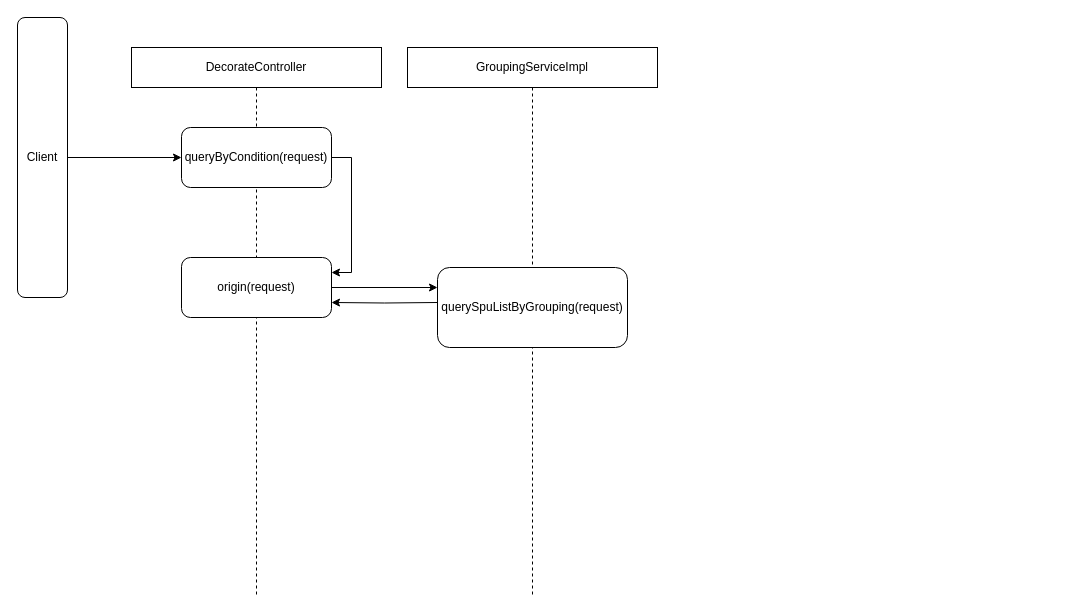
Earlier version of the draw.io diagram api/v1/sams/goods-lite-portal/decoration/queryByCondition.drawio (xiehaixin/diagram-images). Source tidied: cells renumbered, new cells numbered last; positions are measured from the earlier drawing's top-left corner, leaving out a move shared by most shapes. Both pictures are drawn from the tidied source at 100%, with x=0, y=0 at pixel (17, 17).
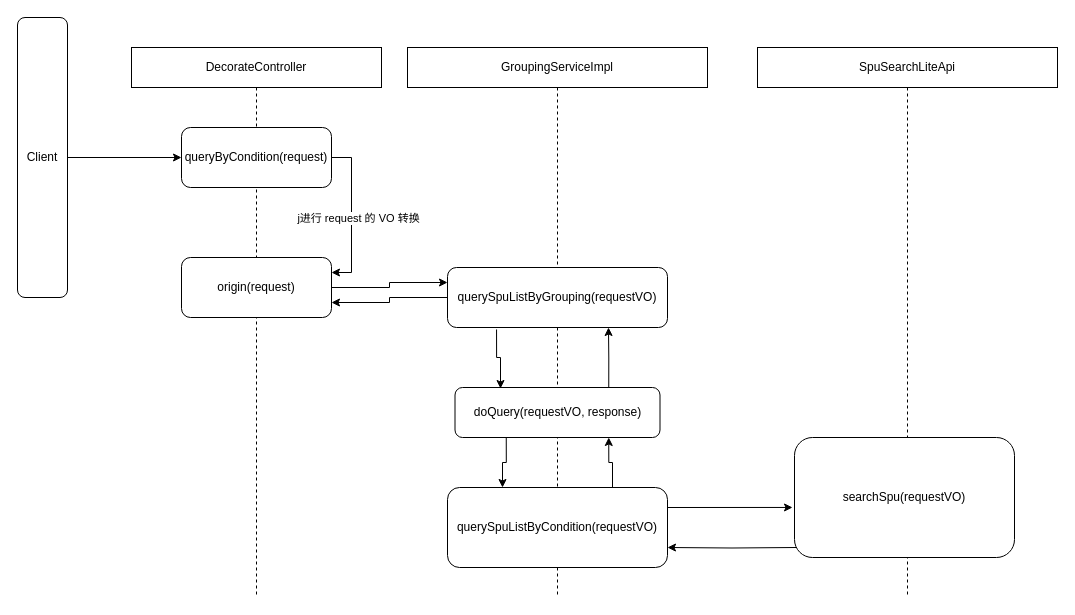
After the change.

Commit message (it also covers changes not shown here):
更新api/v1/sams/goods-lite-portal/decoration/queryByCondition.drawio

The change refers to these unchanged cells:
```xml
<mxCell id="3" style="edgeStyle=orthogonalEdgeStyle;rounded=0;jettySize=auto;html=1;exitX=1;exitY=0.5;exitDx=0;exitDy=0;entryX=1;entryY=0.25;entryDx=0;entryDy=0;" parent="2" edge="1" source="4" target="5">
  <mxGeometry relative="1" as="geometry" />
</mxCell>
<mxCell id="5" value="origin(request)" style="rounded=1;whiteSpace=wrap;html=1;" parent="2" vertex="1">
  <mxGeometry x="50" y="210" width="150" height="60" as="geometry" />
</mxCell>
```

What changed in the source:
```diff
@@
+    <mxCell id="12" value="j进行 request 的 VO 转换" style="edgeLabel;html=1;align=center;verticalAlign=middle;" parent="3" vertex="1">
+      <mxGeometry x="0.3" y="3" relative="1" as="geometry">
+        <mxPoint x="3" y="-21" as="offset" />
+      </mxGeometry>
+    </mxCell>
@@
     <mxCell id="8" value="GroupingServiceImpl" style="shape=umlLifeline;perimeter=lifelinePerimeter;whiteSpace=wrap;html=1;" parent="1" vertex="1">
-      <mxGeometry x="390" y="30" width="250" height="550" as="geometry" />
+      <mxGeometry x="390" y="30" width="300" height="550" as="geometry" />
     </mxCell>
+    <mxCell id="13" style="edgeStyle=orthogonalEdgeStyle;rounded=0;jettySize=auto;html=1;exitX=0.223;exitY=1.033;exitDx=0;exitDy=0;entryX=0.222;entryY=0.02;entryDx=0;entryDy=0;entryPerimeter=0;exitPerimeter=0;" parent="8" edge="1" source="9" target="16">
+      <mxGeometry relative="1" as="geometry" />
+    </mxCell>
-    <mxCell id="9" value="querySpuListByGrouping(request)" style="rounded=1;whiteSpace=wrap;html=1;" parent="8" vertex="1">
-      <mxGeometry x="30" y="220" width="190" height="80" as="geometry" />
+    <mxCell id="9" value="querySpuListByGrouping(requestVO)" style="rounded=1;whiteSpace=wrap;html=1;" parent="8" vertex="1">
+      <mxGeometry x="40" y="220" width="220" height="60" as="geometry" />
     </mxCell>
+    <mxCell id="14" style="edgeStyle=orthogonalEdgeStyle;rounded=0;jettySize=auto;html=1;exitX=0.75;exitY=0;exitDx=0;exitDy=0;" parent="8" edge="1" source="16">
+      <mxGeometry relative="1" as="geometry">
+        <mxPoint x="201" y="280" as="targetPoint" />
+      </mxGeometry>
+    </mxCell>
+    <mxCell id="15" style="edgeStyle=orthogonalEdgeStyle;rounded=0;jettySize=auto;html=1;exitX=0.25;exitY=1;exitDx=0;exitDy=0;entryX=0.25;entryY=0;entryDx=0;entryDy=0;" parent="8" edge="1" source="16" target="18">
+      <mxGeometry relative="1" as="geometry" />
+    </mxCell>
+    <mxCell id="16" value="doQuery(requestVO, response)" style="rounded=1;whiteSpace=wrap;html=1;" parent="8" vertex="1">
+      <mxGeometry x="47.5" y="340" width="205" height="50" as="geometry" />
+    </mxCell>
+    <mxCell id="17" style="edgeStyle=orthogonalEdgeStyle;rounded=0;jettySize=auto;html=1;exitX=0.75;exitY=0;exitDx=0;exitDy=0;entryX=0.75;entryY=1;entryDx=0;entryDy=0;" parent="8" edge="1" source="18" target="16">
+      <mxGeometry relative="1" as="geometry" />
+    </mxCell>
+    <mxCell id="18" value="querySpuListByCondition(requestVO)" style="rounded=1;whiteSpace=wrap;html=1;" parent="8" vertex="1">
+      <mxGeometry x="40" y="440" width="220" height="80" as="geometry" />
+    </mxCell>
@@
-    <mxCell id="11" style="edgeStyle=orthogonalEdgeStyle;rounded=0;jettySize=auto;html=1;entryX=1;entryY=0.75;entryDx=0;entryDy=0;" parent="1" edge="1" target="5">
-      <mxGeometry relative="1" as="geometry">
-        <mxPoint x="420" y="285" as="sourcePoint" />
-      </mxGeometry>
+    <mxCell id="11" style="edgeStyle=orthogonalEdgeStyle;rounded=0;jettySize=auto;html=1;entryX=1;entryY=0.75;entryDx=0;entryDy=0;exitX=0;exitY=0.5;exitDx=0;exitDy=0;" parent="1" edge="1" source="9" target="5">
+      <mxGeometry relative="1" as="geometry" />
     </mxCell>
+    <mxCell id="19" value="SpuSearchLiteApi" style="shape=umlLifeline;perimeter=lifelinePerimeter;whiteSpace=wrap;html=1;" parent="1" vertex="1">
+      <mxGeometry x="740" y="30" width="300" height="550" as="geometry" />
+    </mxCell>
+    <mxCell id="20" value="searchSpu(requestVO)" style="rounded=1;whiteSpace=wrap;html=1;" parent="19" vertex="1">
+      <mxGeometry x="37" y="390" width="220" height="120" as="geometry" />
+    </mxCell>
+    <mxCell id="21" style="edgeStyle=orthogonalEdgeStyle;rounded=0;jettySize=auto;html=1;exitX=1;exitY=0.25;exitDx=0;exitDy=0;entryX=-0.009;entryY=0.583;entryDx=0;entryDy=0;entryPerimeter=0;" parent="1" edge="1" source="18" target="20">
+      <mxGeometry relative="1" as="geometry" />
+    </mxCell>
+    <mxCell id="22" style="edgeStyle=orthogonalEdgeStyle;rounded=0;jettySize=auto;html=1;entryX=1;entryY=0.75;entryDx=0;entryDy=0;" parent="1" edge="1" target="18">
+      <mxGeometry relative="1" as="geometry">
+        <mxPoint x="779" y="530" as="sourcePoint" />
+      </mxGeometry>
+    </mxCell>
```
